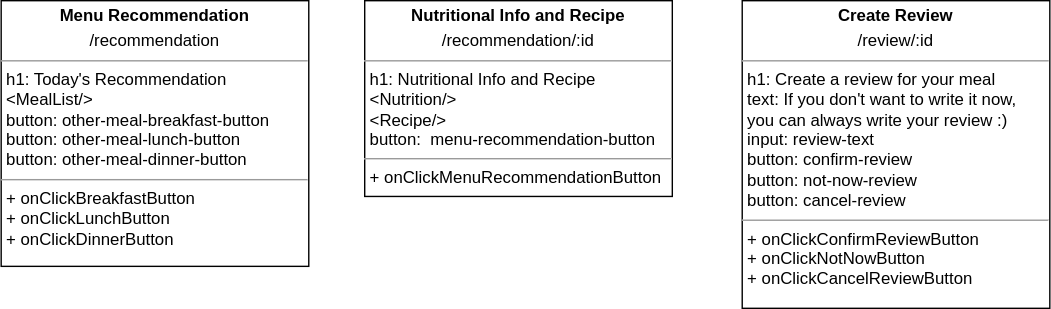
Before: diagrams/영서 Diagram.drawio.svg, a diagram exported from draw.io (swsnu/swpp2021-team5). Source tidied: cells renumbered, new cells last; positions are measured from the earlier drawing's top-left corner, leaving out a move shared by most shapes.
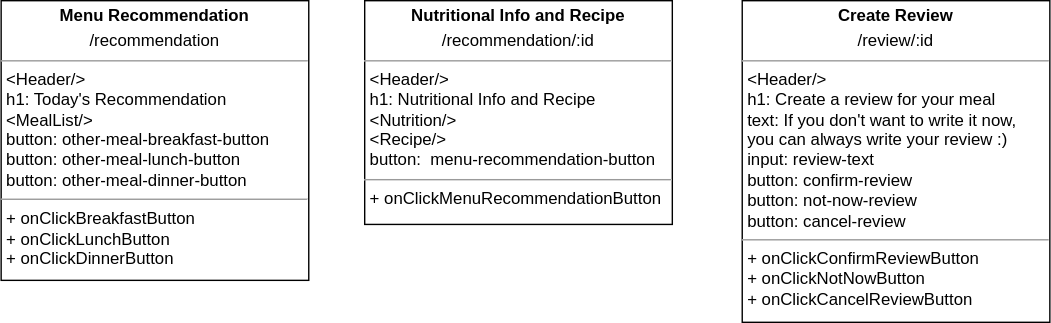
The same file after the commit.

Diff of the diagram source:
```diff
@@ -2,14 +2,14 @@
   <root>
     <mxCell id="0" />
     <mxCell id="1" parent="0" />
-    <mxCell id="2" value="&lt;p style=&quot;margin: 0px ; margin-top: 4px ; text-align: center&quot;&gt;&lt;b&gt;Menu Recommendation&lt;/b&gt;&lt;/p&gt;&lt;p style=&quot;margin: 0px ; margin-top: 4px ; text-align: center&quot;&gt;/recommendation&lt;/p&gt;&lt;hr size=&quot;1&quot;&gt;&lt;p style=&quot;margin: 0px ; margin-left: 4px&quot;&gt;h1: Today's Recommendation&lt;/p&gt;&lt;p style=&quot;margin: 0px ; margin-left: 4px&quot;&gt;&amp;lt;MealList/&amp;gt;&lt;/p&gt;&lt;p style=&quot;margin: 0px ; margin-left: 4px&quot;&gt;button:&amp;nbsp;&lt;span&gt;other-meal-breakfast-button&lt;/span&gt;&lt;/p&gt;&lt;p style=&quot;margin: 0px 0px 0px 4px&quot;&gt;button: other-meal-lunch-button&lt;/p&gt;&lt;p style=&quot;margin: 0px 0px 0px 4px&quot;&gt;button: other-meal-dinner-button&lt;br&gt;&lt;/p&gt;&lt;hr size=&quot;1&quot;&gt;&lt;p style=&quot;margin: 0px ; margin-left: 4px&quot;&gt;+ onClickBreakfastButton&lt;br&gt;+ onClickLunchButton&lt;/p&gt;&lt;p style=&quot;margin: 0px ; margin-left: 4px&quot;&gt;+ onClickDinnerButton&lt;/p&gt;" style="verticalAlign=top;align=left;overflow=fill;fontSize=12;fontFamily=Helvetica;html=1;rounded=0;shadow=0;comic=0;labelBackgroundColor=none;strokeWidth=1;" parent="1" vertex="1">
-      <mxGeometry width="220" height="190" as="geometry" />
+    <mxCell id="2" value="&lt;p style=&quot;margin: 0px ; margin-top: 4px ; text-align: center&quot;&gt;&lt;b&gt;Menu Recommendation&lt;/b&gt;&lt;/p&gt;&lt;p style=&quot;margin: 0px ; margin-top: 4px ; text-align: center&quot;&gt;/recommendation&lt;/p&gt;&lt;hr size=&quot;1&quot;&gt;&lt;p style=&quot;margin: 0px ; margin-left: 4px&quot;&gt;&amp;lt;Header/&amp;gt;&lt;/p&gt;&lt;p style=&quot;margin: 0px ; margin-left: 4px&quot;&gt;h1: Today's Recommendation&lt;/p&gt;&lt;p style=&quot;margin: 0px ; margin-left: 4px&quot;&gt;&amp;lt;MealList/&amp;gt;&lt;/p&gt;&lt;p style=&quot;margin: 0px ; margin-left: 4px&quot;&gt;button:&amp;nbsp;&lt;span&gt;other-meal-breakfast-button&lt;/span&gt;&lt;/p&gt;&lt;p style=&quot;margin: 0px 0px 0px 4px&quot;&gt;button: other-meal-lunch-button&lt;/p&gt;&lt;p style=&quot;margin: 0px 0px 0px 4px&quot;&gt;button: other-meal-dinner-button&lt;br&gt;&lt;/p&gt;&lt;hr size=&quot;1&quot;&gt;&lt;p style=&quot;margin: 0px ; margin-left: 4px&quot;&gt;+ onClickBreakfastButton&lt;br&gt;+ onClickLunchButton&lt;/p&gt;&lt;p style=&quot;margin: 0px ; margin-left: 4px&quot;&gt;+ onClickDinnerButton&lt;/p&gt;" style="verticalAlign=top;align=left;overflow=fill;fontSize=12;fontFamily=Helvetica;html=1;rounded=0;shadow=0;comic=0;labelBackgroundColor=none;strokeWidth=1;" parent="1" vertex="1">
+      <mxGeometry width="220" height="200" as="geometry" />
     </mxCell>
-    <mxCell id="3" value="&lt;p style=&quot;margin: 0px ; margin-top: 4px ; text-align: center&quot;&gt;&lt;b&gt;Nutritional Info and Recipe&lt;/b&gt;&lt;/p&gt;&lt;p style=&quot;margin: 0px ; margin-top: 4px ; text-align: center&quot;&gt;/recommendation/:id&lt;/p&gt;&lt;hr size=&quot;1&quot;&gt;&lt;p style=&quot;margin: 0px ; margin-left: 4px&quot;&gt;h1: Nutritional Info and Recipe&lt;/p&gt;&lt;p style=&quot;margin: 0px ; margin-left: 4px&quot;&gt;&amp;lt;Nutrition/&amp;gt;&lt;/p&gt;&lt;p style=&quot;margin: 0px ; margin-left: 4px&quot;&gt;&amp;lt;Recipe/&amp;gt;&lt;/p&gt;&lt;p style=&quot;margin: 0px ; margin-left: 4px&quot;&gt;button:&amp;nbsp;&amp;nbsp;&lt;span style=&quot;text-align: center&quot;&gt;menu-recommendation-button&lt;/span&gt;&lt;/p&gt;&lt;hr size=&quot;1&quot;&gt;&lt;p style=&quot;margin: 0px ; margin-left: 4px&quot;&gt;+ onClickMenuRecommendationButton&lt;/p&gt;" style="verticalAlign=top;align=left;overflow=fill;fontSize=12;fontFamily=Helvetica;html=1;rounded=0;shadow=0;comic=0;labelBackgroundColor=none;strokeWidth=1;" parent="1" vertex="1">
-      <mxGeometry x="260" width="220" height="140" as="geometry" />
+    <mxCell id="3" value="&lt;p style=&quot;margin: 0px ; margin-top: 4px ; text-align: center&quot;&gt;&lt;b&gt;Nutritional Info and Recipe&lt;/b&gt;&lt;/p&gt;&lt;p style=&quot;margin: 0px ; margin-top: 4px ; text-align: center&quot;&gt;/recommendation/:id&lt;/p&gt;&lt;hr size=&quot;1&quot;&gt;&lt;p style=&quot;margin: 0px ; margin-left: 4px&quot;&gt;&amp;lt;Header/&amp;gt;&lt;/p&gt;&lt;p style=&quot;margin: 0px ; margin-left: 4px&quot;&gt;h1: Nutritional Info and Recipe&lt;/p&gt;&lt;p style=&quot;margin: 0px ; margin-left: 4px&quot;&gt;&amp;lt;Nutrition/&amp;gt;&lt;/p&gt;&lt;p style=&quot;margin: 0px ; margin-left: 4px&quot;&gt;&amp;lt;Recipe/&amp;gt;&lt;/p&gt;&lt;p style=&quot;margin: 0px ; margin-left: 4px&quot;&gt;button:&amp;nbsp;&amp;nbsp;&lt;span style=&quot;text-align: center&quot;&gt;menu-recommendation-button&lt;/span&gt;&lt;/p&gt;&lt;hr size=&quot;1&quot;&gt;&lt;p style=&quot;margin: 0px ; margin-left: 4px&quot;&gt;+ onClickMenuRecommendationButton&lt;/p&gt;" style="verticalAlign=top;align=left;overflow=fill;fontSize=12;fontFamily=Helvetica;html=1;rounded=0;shadow=0;comic=0;labelBackgroundColor=none;strokeWidth=1;" parent="1" vertex="1">
+      <mxGeometry x="260" width="220" height="160" as="geometry" />
     </mxCell>
-    <mxCell id="4" value="&lt;p style=&quot;margin: 0px ; margin-top: 4px ; text-align: center&quot;&gt;&lt;b&gt;Create Review&lt;/b&gt;&lt;/p&gt;&lt;p style=&quot;margin: 0px ; margin-top: 4px ; text-align: center&quot;&gt;/review/:id&lt;/p&gt;&lt;hr size=&quot;1&quot;&gt;&lt;p style=&quot;margin: 0px ; margin-left: 4px&quot;&gt;h1: Create a review for your meal&lt;/p&gt;&lt;p style=&quot;margin: 0px ; margin-left: 4px&quot;&gt;text: If you don't want to write it now,&amp;nbsp;&lt;/p&gt;&lt;p style=&quot;margin: 0px ; margin-left: 4px&quot;&gt;you can always write your review :)&lt;/p&gt;&lt;p style=&quot;margin: 0px ; margin-left: 4px&quot;&gt;input: review-text&lt;/p&gt;&lt;p style=&quot;margin: 0px ; margin-left: 4px&quot;&gt;button: confirm-review&lt;/p&gt;&lt;p style=&quot;margin: 0px 0px 0px 4px&quot;&gt;button: not-now-review&lt;/p&gt;&lt;p style=&quot;margin: 0px 0px 0px 4px&quot;&gt;button: cancel-review&lt;br&gt;&lt;/p&gt;&lt;hr size=&quot;1&quot;&gt;&lt;p style=&quot;margin: 0px ; margin-left: 4px&quot;&gt;+ onClickConfirmReviewButton&lt;br&gt;+ onClickNotNowButton&lt;/p&gt;&lt;p style=&quot;margin: 0px ; margin-left: 4px&quot;&gt;+ onClickCancelReviewButton&lt;/p&gt;" style="verticalAlign=top;align=left;overflow=fill;fontSize=12;fontFamily=Helvetica;html=1;rounded=0;shadow=0;comic=0;labelBackgroundColor=none;strokeWidth=1;" parent="1" vertex="1">
-      <mxGeometry x="530" width="220" height="220" as="geometry" />
+    <mxCell id="4" value="&lt;p style=&quot;margin: 0px ; margin-top: 4px ; text-align: center&quot;&gt;&lt;b&gt;Create Review&lt;/b&gt;&lt;/p&gt;&lt;p style=&quot;margin: 0px ; margin-top: 4px ; text-align: center&quot;&gt;/review/:id&lt;/p&gt;&lt;hr size=&quot;1&quot;&gt;&lt;p style=&quot;margin: 0px ; margin-left: 4px&quot;&gt;&amp;lt;Header/&amp;gt;&lt;/p&gt;&lt;p style=&quot;margin: 0px ; margin-left: 4px&quot;&gt;h1: Create a review for your meal&lt;/p&gt;&lt;p style=&quot;margin: 0px ; margin-left: 4px&quot;&gt;text: If you don't want to write it now,&amp;nbsp;&lt;/p&gt;&lt;p style=&quot;margin: 0px ; margin-left: 4px&quot;&gt;you can always write your review :)&lt;/p&gt;&lt;p style=&quot;margin: 0px ; margin-left: 4px&quot;&gt;input: review-text&lt;/p&gt;&lt;p style=&quot;margin: 0px ; margin-left: 4px&quot;&gt;button: confirm-review&lt;/p&gt;&lt;p style=&quot;margin: 0px 0px 0px 4px&quot;&gt;button: not-now-review&lt;/p&gt;&lt;p style=&quot;margin: 0px 0px 0px 4px&quot;&gt;button: cancel-review&lt;br&gt;&lt;/p&gt;&lt;hr size=&quot;1&quot;&gt;&lt;p style=&quot;margin: 0px ; margin-left: 4px&quot;&gt;+ onClickConfirmReviewButton&lt;br&gt;+ onClickNotNowButton&lt;/p&gt;&lt;p style=&quot;margin: 0px ; margin-left: 4px&quot;&gt;+ onClickCancelReviewButton&lt;/p&gt;" style="verticalAlign=top;align=left;overflow=fill;fontSize=12;fontFamily=Helvetica;html=1;rounded=0;shadow=0;comic=0;labelBackgroundColor=none;strokeWidth=1;" parent="1" vertex="1">
+      <mxGeometry x="530" width="220" height="230" as="geometry" />
     </mxCell>
   </root>
 </mxGraphModel>
```
